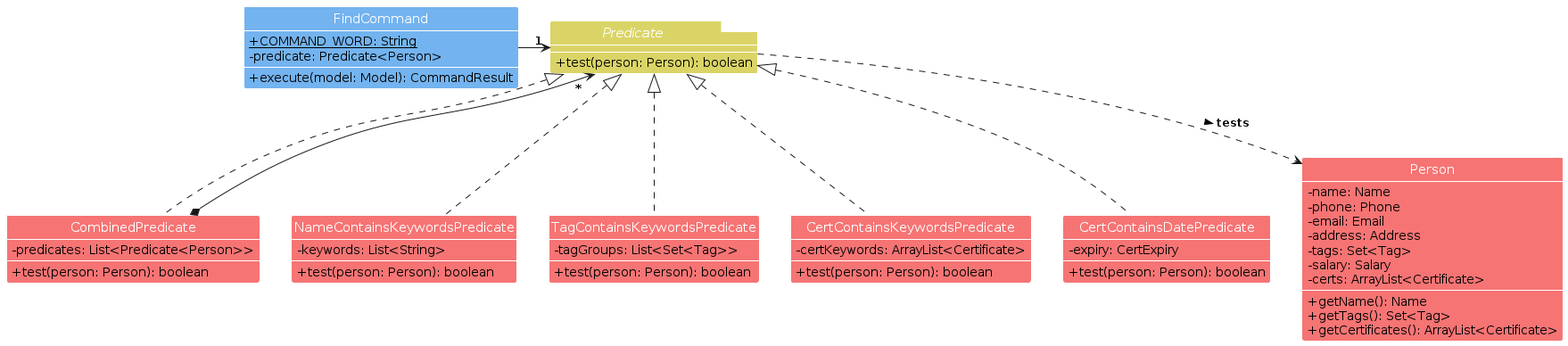
This is diagrams/FindClassDiagram.png from AY2526S2-CS2103T-T09-1/tp, a PlantUML export, as it was before one commit. Its source is kept beside it as diagrams/FindClassDiagram.puml.
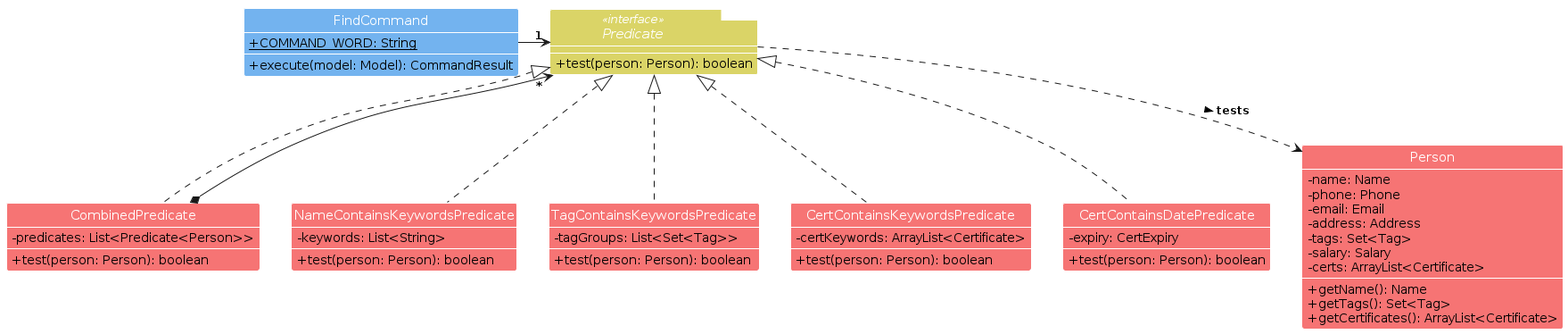
Above is the later version.

Change to the diagram source:
```diff
@@ -5,11 +5,10 @@
 
 class FindCommand #73b3ef {
     + {static} COMMAND_WORD: String
-    - predicate: Predicate<Person>
     + execute(model: Model): CommandResult
 }
 
-interface "Predicate<Person>" as Predicate #dad467{
+interface "Predicate<Person>" as Predicate<<interface>> #dad467{
     + test(person: Person): boolean
 }
 
```
